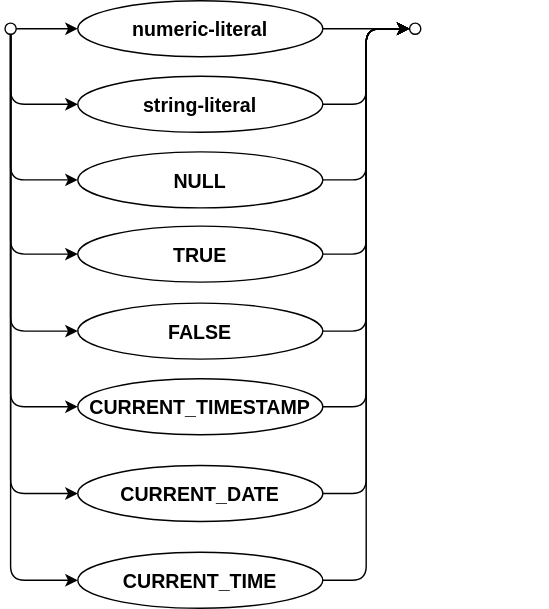
capire/docs keeps this draw.io diagram as assets/cxl/literal-value.drawio.svg. Above is the earlier version. Source tidied: cells renumbered, new cells last; positions are measured from the earlier drawing's top-left corner, leaving out a move shared by most shapes.
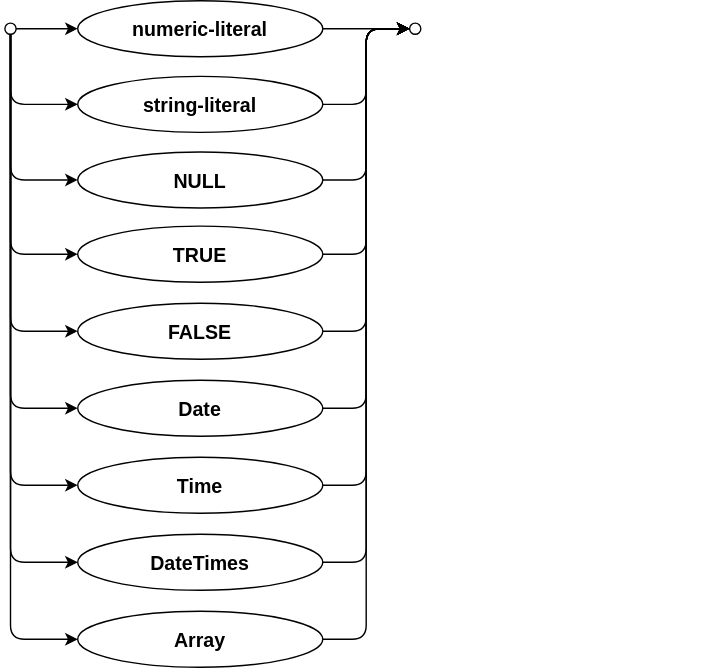
Above is the later version.

Diff of the diagram source:
```diff
@@ -3,7 +3,7 @@
     <mxCell id="0" />
     <mxCell id="1" parent="0" />
     <mxCell id="2" value="Best viewed with the &lt;a href=&quot;https://github.com/ariel-bentu/tam-drawio&quot;&gt;TAM plugin&lt;/a&gt;" style="text;html=1;shape=tamPluginMissing;" parent="1" vertex="1">
-      <mxGeometry x="188" y="384" width="200" height="25" as="geometry" />
+      <mxGeometry x="303" y="33" width="200" height="25" as="geometry" />
     </mxCell>
     <mxCell id="3" style="edgeStyle=none;strokeWidth=1;fontSize=14;verticalAlign=middle;fontStyle=1;textDirection=ltr;entryX=0;entryY=0.5;entryDx=0;entryDy=0;" parent="1" edge="1" source="4" target="11">
       <mxGeometry relative="1" as="geometry" />
@@ -48,44 +48,53 @@
     <mxCell id="15" value="FALSE" style="ellipse;align=center;newEdgeStyle={&quot;edgeStyle&quot;:&quot;entityRelationEdgeStyle&quot;,&quot;startArrow&quot;:&quot;none&quot;,&quot;endArrow&quot;:&quot;none&quot;,&quot;segment&quot;:10,&quot;curved&quot;:1,&quot;sourcePerimeterSpacing&quot;:0,&quot;targetPerimeterSpacing&quot;:0};strokeWidth=1;fontSize=14;verticalAlign=middle;fontStyle=1;textDirection=ltr;" parent="1" vertex="1">
       <mxGeometry x="52" y="216" width="175" height="40" as="geometry" />
     </mxCell>
-    <mxCell id="16" value="CURRENT_TIMESTAMP" style="ellipse;align=center;newEdgeStyle={&quot;edgeStyle&quot;:&quot;entityRelationEdgeStyle&quot;,&quot;startArrow&quot;:&quot;none&quot;,&quot;endArrow&quot;:&quot;none&quot;,&quot;segment&quot;:10,&quot;curved&quot;:1,&quot;sourcePerimeterSpacing&quot;:0,&quot;targetPerimeterSpacing&quot;:0};strokeWidth=1;fontSize=14;verticalAlign=middle;fontStyle=1;textDirection=ltr;" parent="1" vertex="1">
-      <mxGeometry x="52" y="270" width="175" height="40" as="geometry" />
-    </mxCell>
     <mxCell id="17" style="edgeStyle=orthogonalEdgeStyle;rounded=1;jettySize=auto;exitX=0.5;exitY=1;exitDx=0;exitDy=0;entryX=0;entryY=0.5;entryDx=0;entryDy=0;startArrow=none;startFill=0;endArrow=classic;endFill=1;startSize=6;endSize=6;align=center;fontSize=12;labelBackgroundColor=none;" parent="1" edge="1" source="4" target="14">
       <mxGeometry relative="1" as="geometry" />
     </mxCell>
     <mxCell id="18" style="edgeStyle=orthogonalEdgeStyle;rounded=1;jettySize=auto;exitX=0.5;exitY=1;exitDx=0;exitDy=0;entryX=0;entryY=0.5;entryDx=0;entryDy=0;startArrow=none;startFill=0;endArrow=classic;endFill=1;startSize=6;endSize=6;align=center;fontSize=12;labelBackgroundColor=none;" parent="1" edge="1" source="4" target="15">
       <mxGeometry relative="1" as="geometry" />
     </mxCell>
-    <mxCell id="19" style="edgeStyle=orthogonalEdgeStyle;rounded=1;jettySize=auto;exitX=0.5;exitY=1;exitDx=0;exitDy=0;entryX=0;entryY=0.5;entryDx=0;entryDy=0;startArrow=none;startFill=0;endArrow=classic;endFill=1;startSize=6;endSize=6;align=center;fontSize=12;labelBackgroundColor=none;" parent="1" edge="1" source="4" target="16">
-      <mxGeometry relative="1" as="geometry" />
-    </mxCell>
-    <mxCell id="20" style="edgeStyle=orthogonalEdgeStyle;rounded=1;jettySize=auto;exitX=0.5;exitY=1;exitDx=0;exitDy=0;entryX=0;entryY=0.5;entryDx=0;entryDy=0;startArrow=none;startFill=0;endArrow=classic;endFill=1;startSize=6;endSize=6;align=center;fontSize=12;labelBackgroundColor=none;" parent="1" edge="1" source="4" target="22">
-      <mxGeometry relative="1" as="geometry" />
-    </mxCell>
-    <mxCell id="21" style="edgeStyle=orthogonalEdgeStyle;rounded=1;jettySize=auto;exitX=0.5;exitY=1;exitDx=0;exitDy=0;entryX=0;entryY=0.5;entryDx=0;entryDy=0;startArrow=none;startFill=0;endArrow=classic;endFill=1;startSize=6;endSize=6;align=center;fontSize=12;labelBackgroundColor=none;" parent="1" edge="1" source="4" target="23">
-      <mxGeometry relative="1" as="geometry" />
-    </mxCell>
-    <mxCell id="22" value="CURRENT_DATE" style="ellipse;align=center;newEdgeStyle={&quot;edgeStyle&quot;:&quot;entityRelationEdgeStyle&quot;,&quot;startArrow&quot;:&quot;none&quot;,&quot;endArrow&quot;:&quot;none&quot;,&quot;segment&quot;:10,&quot;curved&quot;:1,&quot;sourcePerimeterSpacing&quot;:0,&quot;targetPerimeterSpacing&quot;:0};strokeWidth=1;fontSize=14;verticalAlign=middle;fontStyle=1;textDirection=ltr;" parent="1" vertex="1">
-      <mxGeometry x="52" y="332" width="175" height="40" as="geometry" />
-    </mxCell>
-    <mxCell id="23" value="CURRENT_TIME" style="ellipse;align=center;newEdgeStyle={&quot;edgeStyle&quot;:&quot;entityRelationEdgeStyle&quot;,&quot;startArrow&quot;:&quot;none&quot;,&quot;endArrow&quot;:&quot;none&quot;,&quot;segment&quot;:10,&quot;curved&quot;:1,&quot;sourcePerimeterSpacing&quot;:0,&quot;targetPerimeterSpacing&quot;:0};strokeWidth=1;fontSize=14;verticalAlign=middle;fontStyle=1;textDirection=ltr;" parent="1" vertex="1">
-      <mxGeometry x="52" y="394" width="175" height="40" as="geometry" />
-    </mxCell>
-    <mxCell id="24" style="edgeStyle=orthogonalEdgeStyle;rounded=1;jettySize=auto;exitX=1;exitY=0.5;exitDx=0;exitDy=0;entryX=0;entryY=0.5;entryDx=0;entryDy=0;startArrow=none;startFill=0;endArrow=classic;endFill=1;startSize=6;endSize=6;align=center;fontSize=12;labelBackgroundColor=none;" parent="1" edge="1" source="16" target="6">
-      <mxGeometry relative="1" as="geometry" />
-    </mxCell>
-    <mxCell id="25" style="edgeStyle=orthogonalEdgeStyle;rounded=1;jettySize=auto;exitX=1;exitY=0.5;exitDx=0;exitDy=0;entryX=0;entryY=0.5;entryDx=0;entryDy=0;startArrow=none;startFill=0;endArrow=classic;endFill=1;startSize=6;endSize=6;align=center;fontSize=12;labelBackgroundColor=none;" parent="1" edge="1" source="22" target="6">
-      <mxGeometry relative="1" as="geometry" />
-    </mxCell>
-    <mxCell id="26" style="edgeStyle=orthogonalEdgeStyle;rounded=1;jettySize=auto;exitX=1;exitY=0.5;exitDx=0;exitDy=0;entryX=0;entryY=0.5;entryDx=0;entryDy=0;startArrow=none;startFill=0;endArrow=classic;endFill=1;startSize=6;endSize=6;align=center;fontSize=12;labelBackgroundColor=none;" parent="1" edge="1" source="23" target="6">
-      <mxGeometry relative="1" as="geometry" />
-    </mxCell>
     <mxCell id="27" style="edgeStyle=orthogonalEdgeStyle;rounded=1;jettySize=auto;exitX=1;exitY=0.5;exitDx=0;exitDy=0;entryX=0;entryY=0.5;entryDx=0;entryDy=0;startArrow=none;startFill=0;endArrow=classic;endFill=1;startSize=6;endSize=6;align=center;fontSize=12;labelBackgroundColor=none;" parent="1" edge="1" source="14" target="6">
       <mxGeometry relative="1" as="geometry" />
     </mxCell>
     <mxCell id="28" style="edgeStyle=orthogonalEdgeStyle;rounded=1;jettySize=auto;exitX=1;exitY=0.5;exitDx=0;exitDy=0;entryX=0;entryY=0.5;entryDx=0;entryDy=0;startArrow=none;startFill=0;endArrow=classic;endFill=1;startSize=6;endSize=6;align=center;fontSize=12;labelBackgroundColor=none;" parent="1" edge="1" source="15" target="6">
       <mxGeometry relative="1" as="geometry" />
     </mxCell>
+    <mxCell id="29" value="Date" style="ellipse;align=center;newEdgeStyle={&quot;edgeStyle&quot;:&quot;entityRelationEdgeStyle&quot;,&quot;startArrow&quot;:&quot;none&quot;,&quot;endArrow&quot;:&quot;none&quot;,&quot;segment&quot;:10,&quot;curved&quot;:1,&quot;sourcePerimeterSpacing&quot;:0,&quot;targetPerimeterSpacing&quot;:0};strokeWidth=1;fontSize=14;verticalAlign=middle;fontStyle=1;textDirection=ltr;" parent="1" vertex="1">
+      <mxGeometry x="52" y="271" width="175" height="40" as="geometry" />
+    </mxCell>
+    <mxCell id="30" value="Time" style="ellipse;align=center;newEdgeStyle={&quot;edgeStyle&quot;:&quot;entityRelationEdgeStyle&quot;,&quot;startArrow&quot;:&quot;none&quot;,&quot;endArrow&quot;:&quot;none&quot;,&quot;segment&quot;:10,&quot;curved&quot;:1,&quot;sourcePerimeterSpacing&quot;:0,&quot;targetPerimeterSpacing&quot;:0};strokeWidth=1;fontSize=14;verticalAlign=middle;fontStyle=1;textDirection=ltr;" parent="1" vertex="1">
+      <mxGeometry x="52" y="326" width="175" height="40" as="geometry" />
+    </mxCell>
+    <mxCell id="31" value="DateTimes" style="ellipse;align=center;newEdgeStyle={&quot;edgeStyle&quot;:&quot;entityRelationEdgeStyle&quot;,&quot;startArrow&quot;:&quot;none&quot;,&quot;endArrow&quot;:&quot;none&quot;,&quot;segment&quot;:10,&quot;curved&quot;:1,&quot;sourcePerimeterSpacing&quot;:0,&quot;targetPerimeterSpacing&quot;:0};strokeWidth=1;fontSize=14;verticalAlign=middle;fontStyle=1;textDirection=ltr;" parent="1" vertex="1">
+      <mxGeometry x="52" y="381" width="175" height="40" as="geometry" />
+    </mxCell>
+    <mxCell id="32" value="Array" style="ellipse;align=center;newEdgeStyle={&quot;edgeStyle&quot;:&quot;entityRelationEdgeStyle&quot;,&quot;startArrow&quot;:&quot;none&quot;,&quot;endArrow&quot;:&quot;none&quot;,&quot;segment&quot;:10,&quot;curved&quot;:1,&quot;sourcePerimeterSpacing&quot;:0,&quot;targetPerimeterSpacing&quot;:0};strokeWidth=1;fontSize=14;verticalAlign=middle;fontStyle=1;textDirection=ltr;" parent="1" vertex="1">
+      <mxGeometry x="52" y="436" width="175" height="40" as="geometry" />
+    </mxCell>
+    <mxCell id="33" style="edgeStyle=orthogonalEdgeStyle;rounded=1;jettySize=auto;html=1;exitX=0.5;exitY=1;exitDx=0;exitDy=0;entryX=0;entryY=0.5;entryDx=0;entryDy=0;startArrow=none;startFill=0;endArrow=classic;endFill=1;startSize=6;endSize=6;align=center;fontSize=12;labelBackgroundColor=none;" parent="1" edge="1" source="4" target="29">
+      <mxGeometry relative="1" as="geometry" />
+    </mxCell>
+    <mxCell id="34" style="edgeStyle=orthogonalEdgeStyle;rounded=1;jettySize=auto;html=1;exitX=0.5;exitY=1;exitDx=0;exitDy=0;entryX=0;entryY=0.5;entryDx=0;entryDy=0;startArrow=none;startFill=0;endArrow=classic;endFill=1;startSize=6;endSize=6;align=center;fontSize=12;labelBackgroundColor=none;" parent="1" edge="1" source="4" target="30">
+      <mxGeometry relative="1" as="geometry" />
+    </mxCell>
+    <mxCell id="35" style="edgeStyle=orthogonalEdgeStyle;rounded=1;jettySize=auto;html=1;exitX=0.5;exitY=1;exitDx=0;exitDy=0;entryX=0;entryY=0.5;entryDx=0;entryDy=0;startArrow=none;startFill=0;endArrow=classic;endFill=1;startSize=6;endSize=6;align=center;fontSize=12;labelBackgroundColor=none;" parent="1" edge="1" source="4" target="31">
+      <mxGeometry relative="1" as="geometry" />
+    </mxCell>
+    <mxCell id="36" style="edgeStyle=orthogonalEdgeStyle;rounded=1;jettySize=auto;html=1;exitX=0.5;exitY=1;exitDx=0;exitDy=0;entryX=0;entryY=0.5;entryDx=0;entryDy=0;startArrow=none;startFill=0;endArrow=classic;endFill=1;startSize=6;endSize=6;align=center;fontSize=12;labelBackgroundColor=none;" parent="1" edge="1" source="4" target="32">
+      <mxGeometry relative="1" as="geometry" />
+    </mxCell>
+    <mxCell id="37" style="edgeStyle=orthogonalEdgeStyle;rounded=1;jettySize=auto;html=1;exitX=1;exitY=0.5;exitDx=0;exitDy=0;entryX=0;entryY=0.5;entryDx=0;entryDy=0;startArrow=none;startFill=0;endArrow=classic;endFill=1;startSize=6;endSize=6;align=center;fontSize=12;labelBackgroundColor=none;" parent="1" edge="1" source="29" target="6">
+      <mxGeometry relative="1" as="geometry" />
+    </mxCell>
+    <mxCell id="38" style="edgeStyle=orthogonalEdgeStyle;rounded=1;jettySize=auto;html=1;exitX=1;exitY=0.5;exitDx=0;exitDy=0;entryX=0;entryY=0.5;entryDx=0;entryDy=0;startArrow=none;startFill=0;endArrow=classic;endFill=1;startSize=6;endSize=6;align=center;fontSize=12;labelBackgroundColor=none;" parent="1" edge="1" source="30" target="6">
+      <mxGeometry relative="1" as="geometry" />
+    </mxCell>
+    <mxCell id="39" style="edgeStyle=orthogonalEdgeStyle;rounded=1;jettySize=auto;html=1;exitX=1;exitY=0.5;exitDx=0;exitDy=0;entryX=0;entryY=0.5;entryDx=0;entryDy=0;startArrow=none;startFill=0;endArrow=classic;endFill=1;startSize=6;endSize=6;align=center;fontSize=12;labelBackgroundColor=none;" parent="1" edge="1" source="31" target="6">
+      <mxGeometry relative="1" as="geometry" />
+    </mxCell>
+    <mxCell id="40" style="edgeStyle=orthogonalEdgeStyle;rounded=1;jettySize=auto;html=1;exitX=1;exitY=0.5;exitDx=0;exitDy=0;entryX=0;entryY=0.5;entryDx=0;entryDy=0;startArrow=none;startFill=0;endArrow=classic;endFill=1;startSize=6;endSize=6;align=center;fontSize=12;labelBackgroundColor=none;" parent="1" edge="1" source="32" target="6">
+      <mxGeometry relative="1" as="geometry" />
+    </mxCell>
   </root>
 </mxGraphModel>
```
